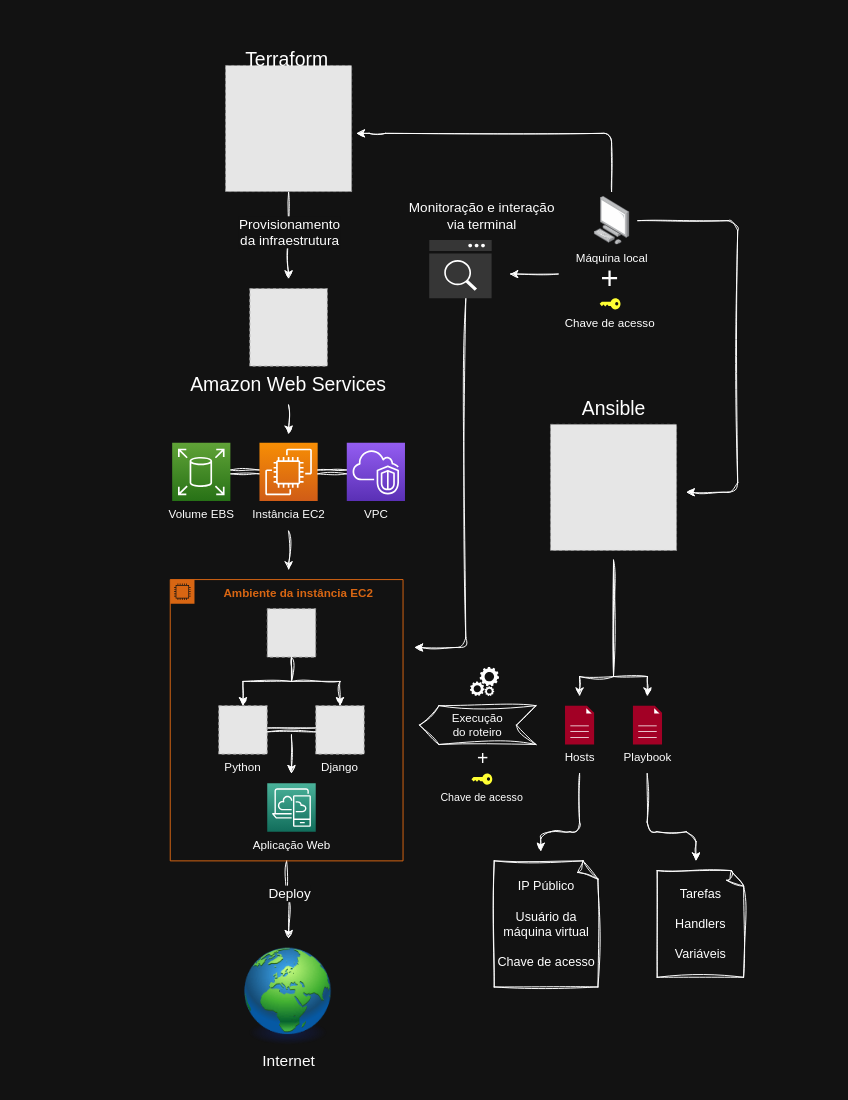
This is project-map.drawio from T0mAlexander/IaC-Alura, a draw.io file, before an edit. Source tidied: cells renumbered, new cells numbered last; positions are measured from the earlier drawing's top-left corner, leaving out a move shared by most shapes. Both pictures are drawn from the tidied source at 97%, with x=0, y=0 at pixel (16, 16). Pictures stored in the file or linked from it are replaced by grey dashed boxes.
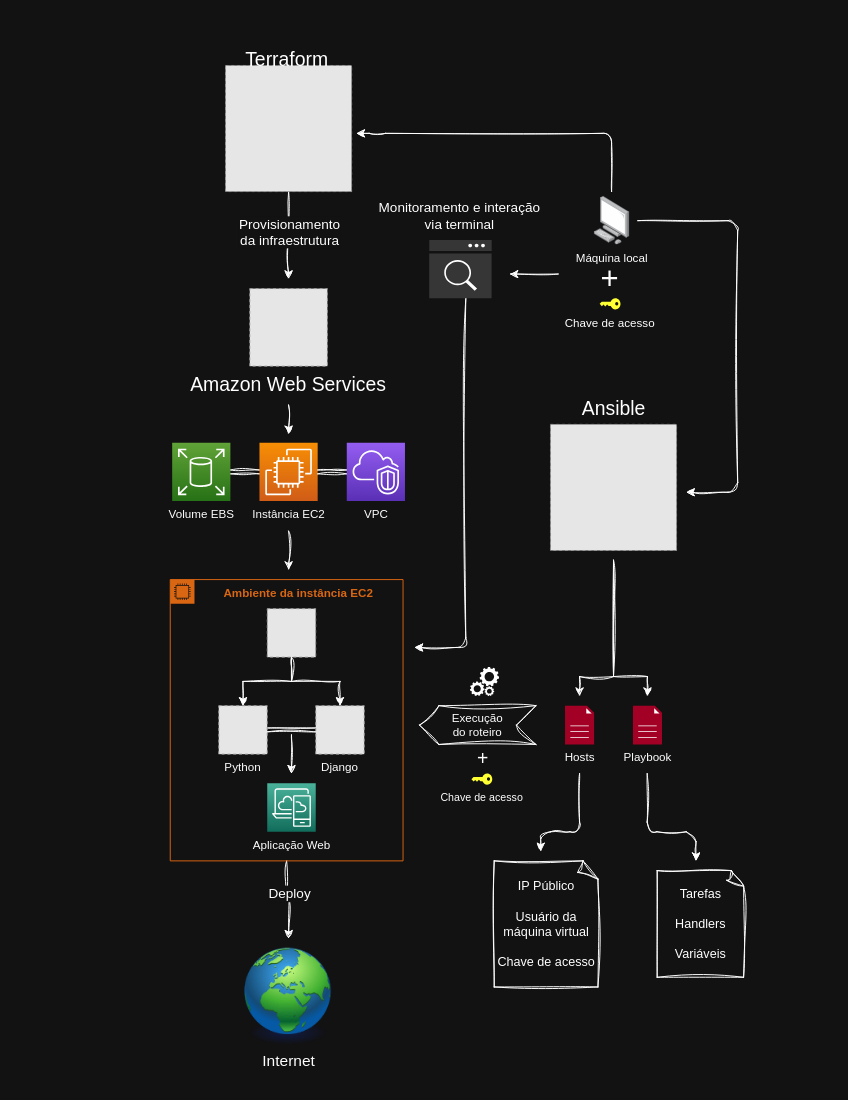
Above is the later version.

Commit message (it also covers changes not shown here):
refactor: :bulb: updated project map

What changed in the source:
```diff
@@
-    <mxCell id="51" value="Monitoração e interação&lt;br&gt;via terminal" style="edgeLabel;html=1;align=center;verticalAlign=middle;fontSize=14;fontFamily=Circular Std;fontColor=#FFFFFF;labelBackgroundColor=none;" parent="1" vertex="1">
-      <mxGeometry x="478" y="204" as="geometry" />
+    <mxCell id="51" value="Monitoramento e interação&lt;br&gt;via terminal" style="edgeLabel;html=1;align=center;verticalAlign=middle;fontSize=14;fontFamily=Circular Std;fontColor=#FFFFFF;labelBackgroundColor=none;" parent="1" vertex="1">
+      <mxGeometry x="455" y="204" as="geometry" />
     </mxCell>
```
